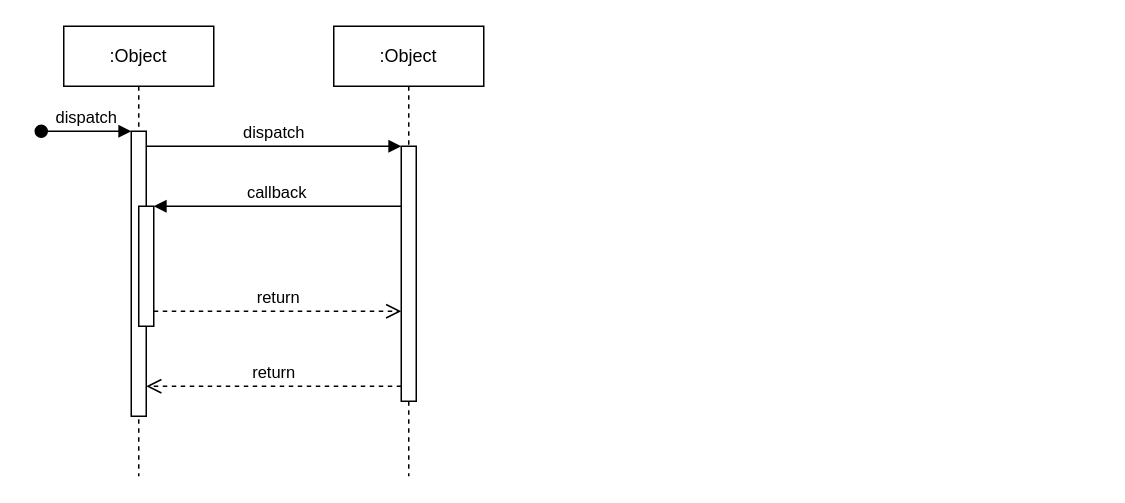
This is Login sequence.drawio from uvic-teach/project-m1-team8, a draw.io file, before an edit. Source tidied: cells renumbered, new cells numbered last; positions are measured from the earlier drawing's top-left corner, leaving out a move shared by most shapes. Both pictures are drawn from the tidied source at 150%, with x=0, y=0 at pixel (40, 26).
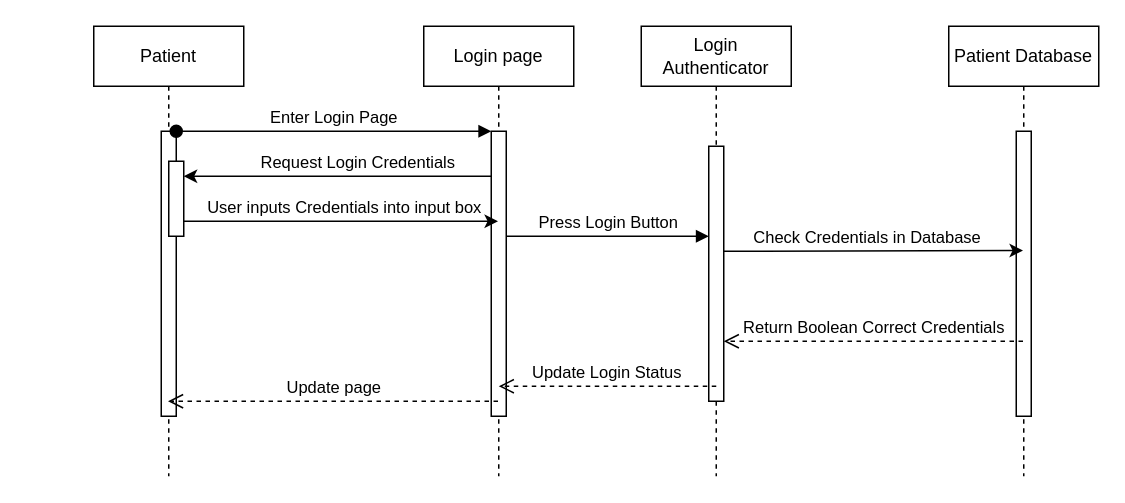
Above is the later version.

Unchanged cells that the change refers to:
```xml
<mxCell id="3" style="html=1;points=[];perimeter=orthogonalPerimeter;outlineConnect=0;targetShapes=umlLifeline;portConstraint=eastwest;newEdgeStyle={&quot;edgeStyle&quot;:&quot;elbowEdgeStyle&quot;,&quot;elbow&quot;:&quot;vertical&quot;,&quot;curved&quot;:0,&quot;rounded&quot;:0};" parent="2" vertex="1">
  <mxGeometry x="45" y="70" width="10" height="190" as="geometry" />
</mxCell>
<mxCell id="7" style="html=1;points=[];perimeter=orthogonalPerimeter;outlineConnect=0;targetShapes=umlLifeline;portConstraint=eastwest;newEdgeStyle={&quot;edgeStyle&quot;:&quot;elbowEdgeStyle&quot;,&quot;elbow&quot;:&quot;vertical&quot;,&quot;curved&quot;:0,&quot;rounded&quot;:0};" parent="6" vertex="1">
  <mxGeometry x="45" y="80" width="10" height="170" as="geometry" />
</mxCell>
```

What changed in the source:
```diff
@@
-    <mxCell id="2" value=":Object" style="shape=umlLifeline;perimeter=lifelinePerimeter;whiteSpace=wrap;html=1;outlineConnect=0;portConstraint=eastwest;newEdgeStyle={&quot;edgeStyle&quot;:&quot;elbowEdgeStyle&quot;,&quot;elbow&quot;:&quot;vertical&quot;,&quot;curved&quot;:0,&quot;rounded&quot;:0};" parent="1" vertex="1">
-      <mxGeometry x="15" width="100" height="300" as="geometry" />
+    <mxCell id="2" value="Login page" style="shape=umlLifeline;perimeter=lifelinePerimeter;whiteSpace=wrap;html=1;outlineConnect=0;portConstraint=eastwest;newEdgeStyle={&quot;edgeStyle&quot;:&quot;elbowEdgeStyle&quot;,&quot;elbow&quot;:&quot;vertical&quot;,&quot;curved&quot;:0,&quot;rounded&quot;:0};" parent="1" vertex="1">
+      <mxGeometry x="255" width="100" height="300" as="geometry" />
     </mxCell>
@@
-    <mxCell id="4" value="dispatch" style="html=1;verticalAlign=bottom;startArrow=oval;endArrow=block;startSize=8;edgeStyle=elbowEdgeStyle;elbow=vertical;curved=0;rounded=0;" parent="2" edge="1" target="3">
-      <mxGeometry relative="1" as="geometry">
-        <mxPoint x="-15" y="70" as="sourcePoint" />
-      </mxGeometry>
-    </mxCell>
-    <mxCell id="5" style="html=1;points=[];perimeter=orthogonalPerimeter;outlineConnect=0;targetShapes=umlLifeline;portConstraint=eastwest;newEdgeStyle={&quot;edgeStyle&quot;:&quot;elbowEdgeStyle&quot;,&quot;elbow&quot;:&quot;vertical&quot;,&quot;curved&quot;:0,&quot;rounded&quot;:0};" parent="2" vertex="1">
-      <mxGeometry x="50" y="120" width="10" height="80" as="geometry" />
-    </mxCell>
-    <mxCell id="6" value=":Object" style="shape=umlLifeline;perimeter=lifelinePerimeter;whiteSpace=wrap;html=1;newEdgeStyle={&quot;edgeStyle&quot;:&quot;elbowEdgeStyle&quot;,&quot;elbow&quot;:&quot;vertical&quot;,&quot;curved&quot;:0,&quot;rounded&quot;:0};" parent="1" vertex="1">
-      <mxGeometry x="195" width="100" height="300" as="geometry" />
+    <mxCell id="6" value="Login Authenticator" style="shape=umlLifeline;perimeter=lifelinePerimeter;whiteSpace=wrap;html=1;newEdgeStyle={&quot;edgeStyle&quot;:&quot;elbowEdgeStyle&quot;,&quot;elbow&quot;:&quot;vertical&quot;,&quot;curved&quot;:0,&quot;rounded&quot;:0};" parent="1" vertex="1">
+      <mxGeometry x="400" width="100" height="300" as="geometry" />
     </mxCell>
@@
-    <mxCell id="8" value="dispatch" style="html=1;verticalAlign=bottom;endArrow=block;edgeStyle=elbowEdgeStyle;elbow=vertical;curved=0;rounded=0;" parent="1" edge="1" source="3" target="7">
+    <mxCell id="8" value="Press Login Button" style="html=1;verticalAlign=bottom;endArrow=block;edgeStyle=elbowEdgeStyle;elbow=vertical;curved=0;rounded=0;" parent="1" edge="1" source="3">
       <mxGeometry relative="1" as="geometry">
-        <Array as="points">
-          <mxPoint x="155" y="80" />
-        </Array>
+        <mxPoint x="445" y="140" as="targetPoint" />
       </mxGeometry>
     </mxCell>
-    <mxCell id="9" value="return" style="html=1;verticalAlign=bottom;endArrow=open;dashed=1;endSize=8;edgeStyle=elbowEdgeStyle;elbow=vertical;curved=0;rounded=0;" parent="1" edge="1" source="7" target="3">
+    <mxCell id="9" value="Update Login Status" style="html=1;verticalAlign=bottom;endArrow=open;dashed=1;endSize=8;edgeStyle=elbowEdgeStyle;elbow=vertical;curved=0;rounded=0;" parent="1" edge="1">
       <mxGeometry relative="1" as="geometry">
+        <mxPoint x="450" y="240" as="sourcePoint" />
+        <mxPoint x="305" y="240" as="targetPoint" />
         <Array as="points">
-          <mxPoint x="165" y="240" />
+          <mxPoint x="400" y="240" />
+          <mxPoint x="300" y="260" />
         </Array>
       </mxGeometry>
     </mxCell>
-    <mxCell id="10" value="callback" style="html=1;verticalAlign=bottom;endArrow=block;edgeStyle=elbowEdgeStyle;elbow=vertical;curved=0;rounded=0;" parent="1" edge="1" source="7" target="5">
-      <mxGeometry relative="1" as="geometry">
-        <Array as="points">
-          <mxPoint x="165" y="120" />
-        </Array>
-      </mxGeometry>
-    </mxCell>
-    <mxCell id="11" value="return" style="html=1;verticalAlign=bottom;endArrow=open;dashed=1;endSize=8;edgeStyle=elbowEdgeStyle;elbow=vertical;curved=0;rounded=0;" parent="1" edge="1" source="5" target="7">
-      <mxGeometry relative="1" as="geometry">
-        <Array as="points">
-          <mxPoint x="155" y="190" />
-        </Array>
-      </mxGeometry>
-    </mxCell>
+    <mxCell id="12" value="Patient Database" style="shape=umlLifeline;perimeter=lifelinePerimeter;whiteSpace=wrap;html=1;outlineConnect=0;portConstraint=eastwest;newEdgeStyle={&quot;edgeStyle&quot;:&quot;elbowEdgeStyle&quot;,&quot;elbow&quot;:&quot;vertical&quot;,&quot;curved&quot;:0,&quot;rounded&quot;:0};" parent="1" vertex="1">
+      <mxGeometry x="605" width="100" height="300" as="geometry" />
+    </mxCell>
+    <mxCell id="13" style="html=1;perimeter=orthogonalPerimeter;targetShapes=umlLifeline;newEdgeStyle={&quot;edgeStyle&quot;:&quot;elbowEdgeStyle&quot;,&quot;elbow&quot;:&quot;vertical&quot;,&quot;curved&quot;:0,&quot;rounded&quot;:0};" parent="12" vertex="1">
+      <mxGeometry x="45" y="70" width="10" height="190" as="geometry" />
+    </mxCell>
+    <mxCell id="14" style="endArrow=classic;html=1;rounded=0;" parent="1" edge="1" target="12">
+      <mxGeometry relative="1" as="geometry">
+        <mxPoint x="455" y="150" as="sourcePoint" />
+        <Array as="points">
+          <mxPoint x="455" y="149.5" />
+        </Array>
+      </mxGeometry>
+    </mxCell>
+    <mxCell id="15" value="&amp;nbsp;Check Credentials in Database" style="edgeLabel;html=1;align=center;verticalAlign=middle;" parent="14" vertex="1">
+      <mxGeometry x="-0.34" y="1" relative="1" as="geometry">
+        <mxPoint x="28" y="-8" as="offset" />
+      </mxGeometry>
+    </mxCell>
+    <mxCell id="16" value="Patient" style="shape=umlLifeline;perimeter=lifelinePerimeter;whiteSpace=wrap;html=1;outlineConnect=0;portConstraint=eastwest;newEdgeStyle={&quot;edgeStyle&quot;:&quot;elbowEdgeStyle&quot;,&quot;elbow&quot;:&quot;vertical&quot;,&quot;curved&quot;:0,&quot;rounded&quot;:0};" parent="1" vertex="1">
+      <mxGeometry x="35" width="100" height="300" as="geometry" />
+    </mxCell>
+    <mxCell id="17" style="html=1;points=[];perimeter=orthogonalPerimeter;outlineConnect=0;targetShapes=umlLifeline;portConstraint=eastwest;newEdgeStyle={&quot;edgeStyle&quot;:&quot;elbowEdgeStyle&quot;,&quot;elbow&quot;:&quot;vertical&quot;,&quot;curved&quot;:0,&quot;rounded&quot;:0};" parent="16" vertex="1">
+      <mxGeometry x="45" y="70" width="10" height="190" as="geometry" />
+    </mxCell>
+    <mxCell id="18" style="html=1;perimeter=orthogonalPerimeter;targetShapes=umlLifeline;newEdgeStyle={&quot;edgeStyle&quot;:&quot;elbowEdgeStyle&quot;,&quot;elbow&quot;:&quot;vertical&quot;,&quot;curved&quot;:0,&quot;rounded&quot;:0};" parent="16" vertex="1">
+      <mxGeometry x="50" y="90" width="10" height="50" as="geometry" />
+    </mxCell>
+    <mxCell id="4" value="Enter Login Page" style="html=1;verticalAlign=bottom;startArrow=oval;endArrow=block;startSize=8;edgeStyle=elbowEdgeStyle;elbow=vertical;curved=0;rounded=0;" parent="1" edge="1" source="17" target="3">
+      <mxGeometry relative="1" as="geometry">
+        <Array as="points">
+          <mxPoint x="135" y="70" />
+        </Array>
+      </mxGeometry>
+    </mxCell>
+    <mxCell id="19" style="endArrow=classic;html=1;rounded=0;" parent="1" edge="1" source="3">
+      <mxGeometry relative="1" as="geometry">
+        <mxPoint x="95" y="100" as="targetPoint" />
+      </mxGeometry>
+    </mxCell>
+    <mxCell id="20" value="Request Login Credentials" style="edgeLabel;html=1;align=center;verticalAlign=middle;" parent="19" vertex="1">
+      <mxGeometry x="-0.27" y="-2" relative="1" as="geometry">
+        <mxPoint x="-15" y="-8" as="offset" />
+      </mxGeometry>
+    </mxCell>
+    <mxCell id="21" style="endArrow=classic;html=1;rounded=0;" parent="1" edge="1" target="2">
+      <mxGeometry relative="1" as="geometry">
+        <mxPoint x="95" y="130" as="sourcePoint" />
+      </mxGeometry>
+    </mxCell>
+    <mxCell id="22" value="User inputs Credentials into input box" style="edgeLabel;html=1;align=center;verticalAlign=middle;" parent="21" vertex="1">
+      <mxGeometry x="0.33" y="3" relative="1" as="geometry">
+        <mxPoint x="-33" y="-7" as="offset" />
+      </mxGeometry>
+    </mxCell>
+    <mxCell id="23" value="Return Boolean Correct Credentials" style="html=1;verticalAlign=bottom;endArrow=open;dashed=1;endSize=8;edgeStyle=elbowEdgeStyle;elbow=vertical;curved=0;rounded=0;" parent="1" edge="1" source="12" target="7">
+      <mxGeometry relative="1" as="geometry">
+        <Array as="points">
+          <mxPoint x="560" y="210" />
+          <mxPoint x="460" y="230" />
+        </Array>
+      </mxGeometry>
+    </mxCell>
+    <mxCell id="24" value="Update page" style="html=1;verticalAlign=bottom;endArrow=open;dashed=1;endSize=8;edgeStyle=elbowEdgeStyle;elbow=vertical;curved=0;rounded=0;" parent="1" edge="1" source="2" target="16">
+      <mxGeometry relative="1" as="geometry">
+        <Array as="points">
+          <mxPoint x="210" y="250" />
+          <mxPoint x="110" y="270" />
+        </Array>
+      </mxGeometry>
+    </mxCell>
```
